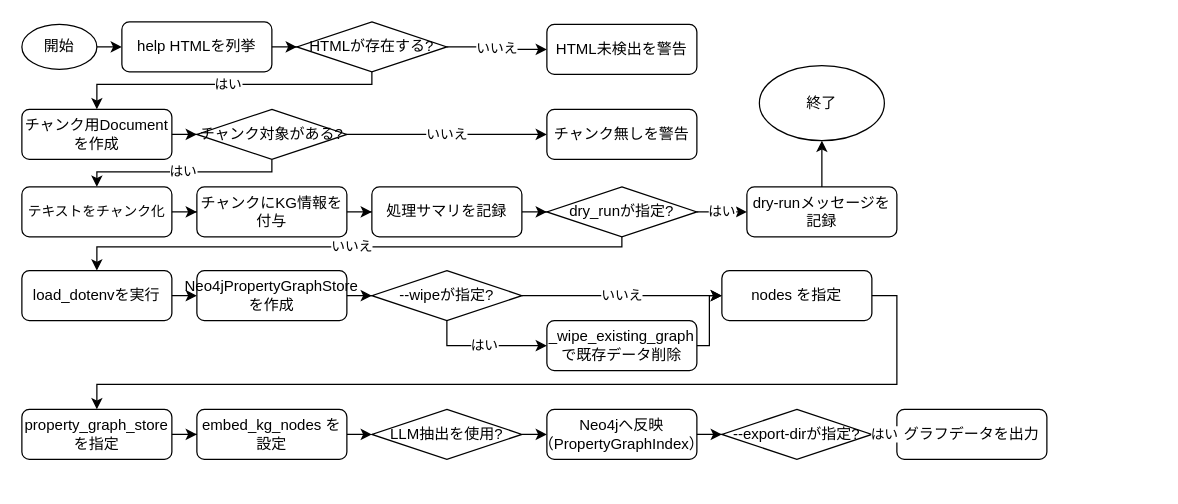
h035ide/imabari3dcad keeps this draw.io diagram as helpfile_parser/doc/ingest_neo4j_workflow.drawio. Above is the earlier version. Source tidied: cells renumbered, new cells numbered last; positions are measured from the earlier drawing's top-left corner, leaving out a move shared by most shapes. Both pictures are drawn from the tidied source at 125%, with x=0, y=0 at pixel (21, 21).
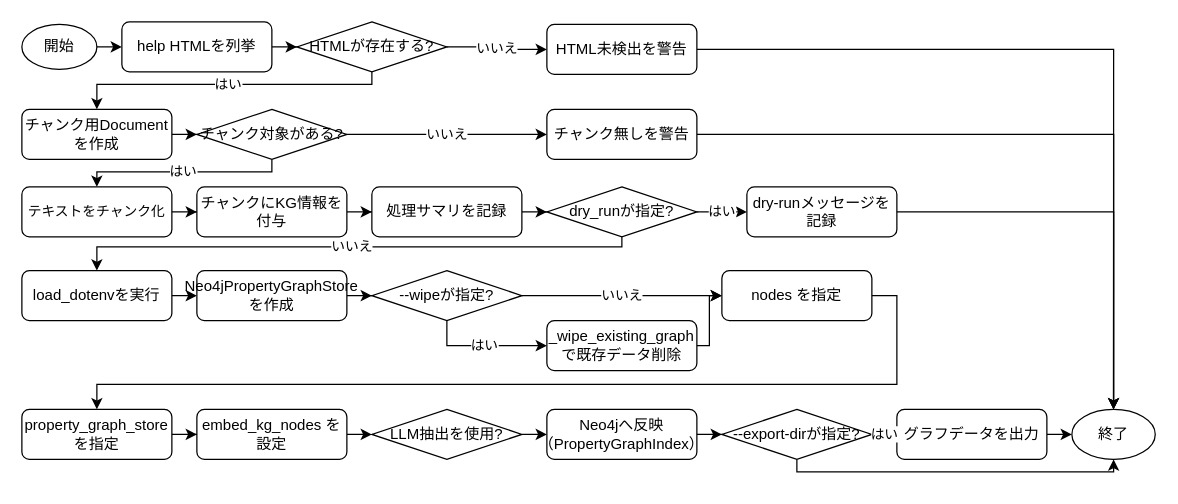
The same diagram, later.

Commit message:
Update Neo4j workflow diagram to refine layout and add decision points

This commit enhances the Draw.io diagram for the Neo4j ingestion workflow by adjusting the layout and adding new decision points. Key changes include repositioning elements for better clarity and introducing additional edges to represent workflow decisions, ensuring a more comprehensive visual representation of the ingestion process.

The change refers to these unchanged cells:
```xml
<mxCell id="6" value="HTML未検出を警告" style="rounded=1;whiteSpace=wrap;html=1;" parent="1" vertex="1">
  <mxGeometry x="420" y="2" width="120" height="40" as="geometry" />
</mxCell>
<mxCell id="31" value="--export-dirが指定?" style="rhombus;whiteSpace=wrap;html=1;" parent="1" vertex="1">
  <mxGeometry x="560" y="310" width="120" height="40" as="geometry" />
</mxCell>
<mxCell id="32" value="グラフデータを出力" style="rounded=1;whiteSpace=wrap;html=1;" parent="1" vertex="1">
  <mxGeometry x="700" y="310" width="120" height="40" as="geometry" />
</mxCell>
<mxCell id="53" value="チャンク無しを警告" style="rounded=1;whiteSpace=wrap;html=1;" parent="1" vertex="1">
  <mxGeometry x="420" y="70" width="120" height="40" as="geometry" />
</mxCell>
```

Change to the diagram source:
```diff
@@
+    <mxCell id="55" style="edgeStyle=orthogonalEdgeStyle;rounded=0;jettySize=auto;html=1;exitX=1;exitY=0.5;exitDx=0;exitDy=0;entryX=0.5;entryY=0;entryDx=0;entryDy=0;" parent="1" edge="1" source="6" target="14">
+      <mxGeometry relative="1" as="geometry" />
+    </mxCell>
@@
     <mxCell id="14" value="終了" style="ellipse;whiteSpace=wrap;html=1;" parent="1" vertex="1">
-      <mxGeometry x="590" y="35" width="100" height="60" as="geometry" />
+      <mxGeometry x="840" y="310" width="66.7" height="40" as="geometry" />
     </mxCell>
@@
+    <mxCell id="56" style="edgeStyle=orthogonalEdgeStyle;rounded=0;jettySize=auto;html=1;exitX=0.5;exitY=1;exitDx=0;exitDy=0;entryX=0.5;entryY=1;entryDx=0;entryDy=0;" parent="1" edge="1" source="31" target="14">
+      <mxGeometry relative="1" as="geometry">
+        <Array as="points">
+          <mxPoint x="620" y="360" />
+          <mxPoint x="873" y="360" />
+        </Array>
+      </mxGeometry>
+    </mxCell>
@@
+    <mxCell id="57" style="edgeStyle=orthogonalEdgeStyle;rounded=0;jettySize=auto;html=1;exitX=1;exitY=0.5;exitDx=0;exitDy=0;entryX=0;entryY=0.5;entryDx=0;entryDy=0;" parent="1" edge="1" source="32" target="14">
+      <mxGeometry relative="1" as="geometry" />
+    </mxCell>
@@
+    <mxCell id="58" style="edgeStyle=orthogonalEdgeStyle;rounded=0;jettySize=auto;html=1;exitX=1;exitY=0.5;exitDx=0;exitDy=0;entryX=0.5;entryY=0;entryDx=0;entryDy=0;" parent="1" edge="1" source="53" target="14">
+      <mxGeometry relative="1" as="geometry" />
+    </mxCell>
```
